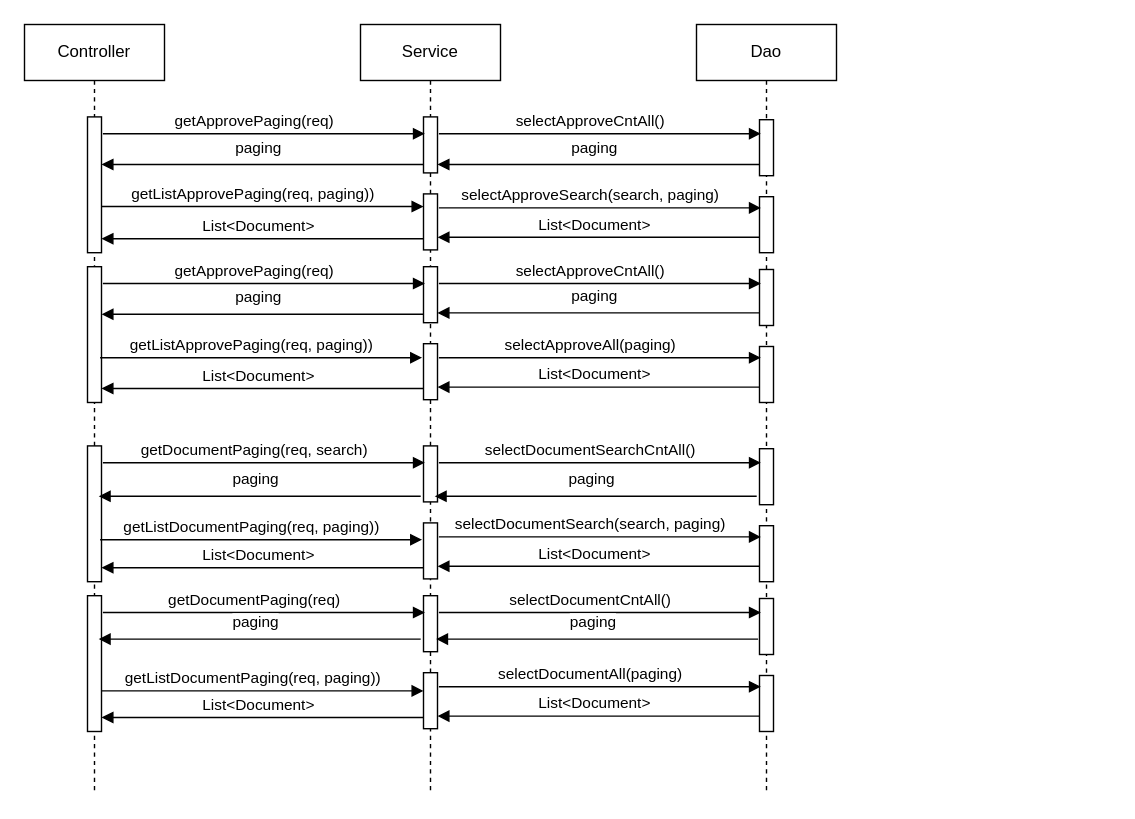
This is document/Document_05.drawio from iamheonil/KHSemiProject, a draw.io file, before an edit. Source tidied: cells renumbered, new cells numbered last; positions are measured from the earlier drawing's top-left corner, leaving out a move shared by most shapes. Both pictures are drawn from the tidied source at 140%, with x=0, y=0 at pixel (24, 24).
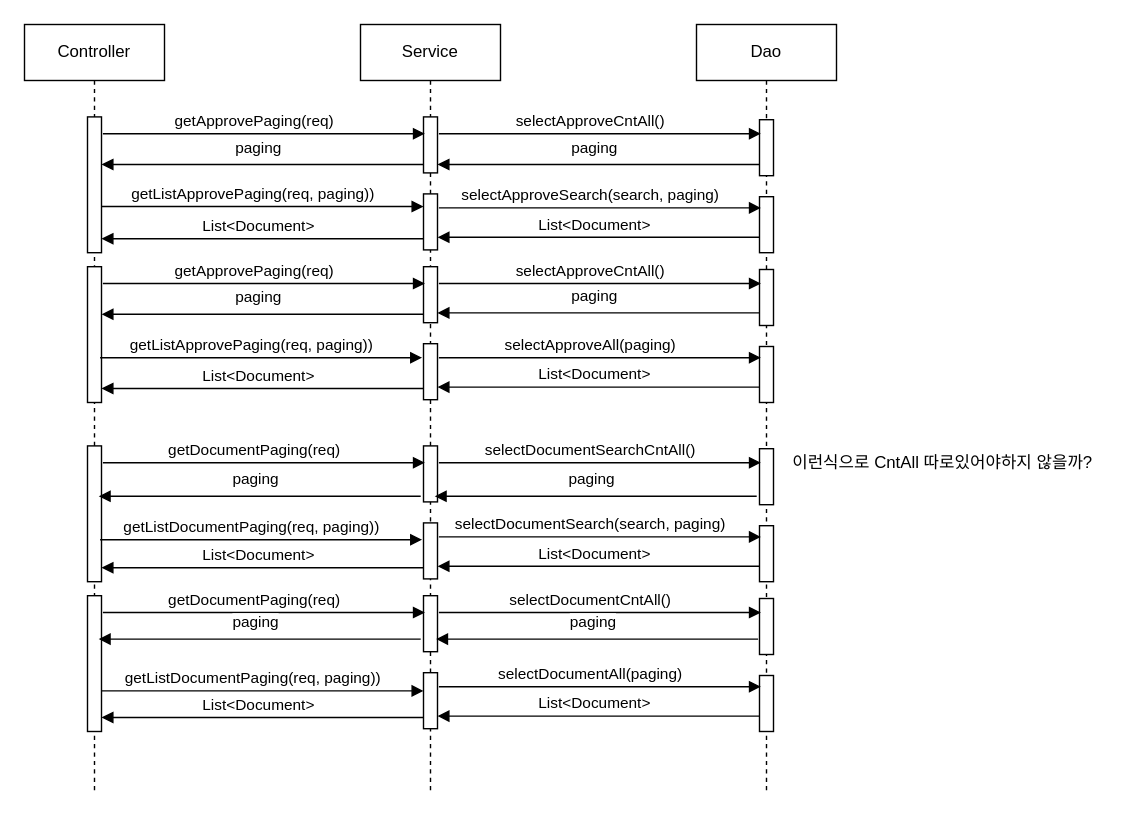
The same page after the edit.

Diff of the diagram source:
```diff
@@
-    <mxCell id="31" value="getDocumentPaging(req, search)" style="html=1;verticalAlign=bottom;endArrow=block;" parent="1" edge="1">
+    <mxCell id="31" value="getDocumentPaging(req)" style="html=1;verticalAlign=bottom;endArrow=block;" parent="1" edge="1">
       <mxGeometry x="-0.06" relative="1" as="geometry">
         <mxPoint x="56" y="313" as="sourcePoint" />
         <mxPoint x="286" y="313" as="targetPoint" />
       </mxGeometry>
     </mxCell>
@@
+    <mxCell id="57" value="이런식으로 CntAll 따로있어야하지 않을까?" style="text;html=1;strokeColor=none;fillColor=none;align=center;verticalAlign=middle;whiteSpace=wrap;rounded=0;" parent="1" vertex="1">
+      <mxGeometry x="536" y="303" width="240" height="20" as="geometry" />
+    </mxCell>
```
